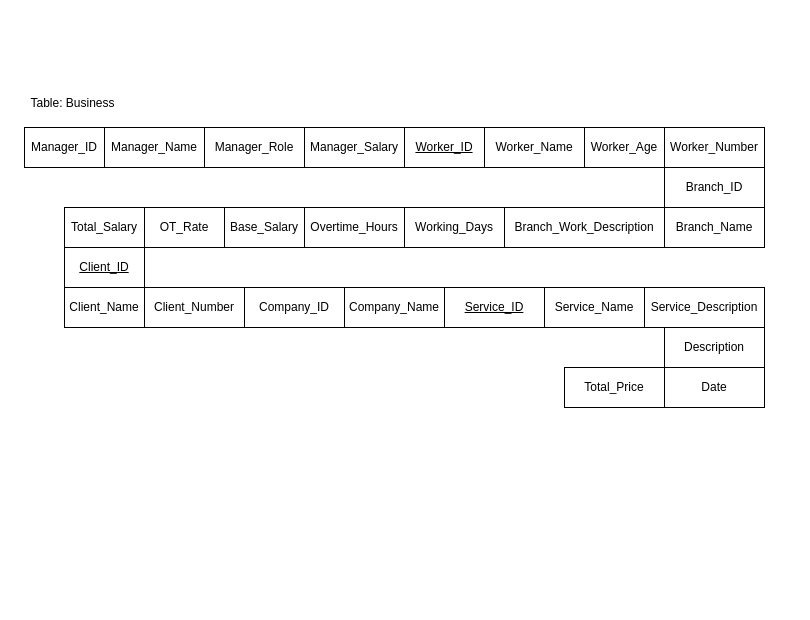
This is normalizationWIA2001assg.drawio from justn0thinghere/drawio, a draw.io file, before an edit. Source tidied: cells renumbered, new cells numbered last; positions are measured from the earlier drawing's top-left corner, leaving out a move shared by most shapes. Both pictures are drawn from the tidied source at 100%, with x=0, y=0 at pixel (17, 88).
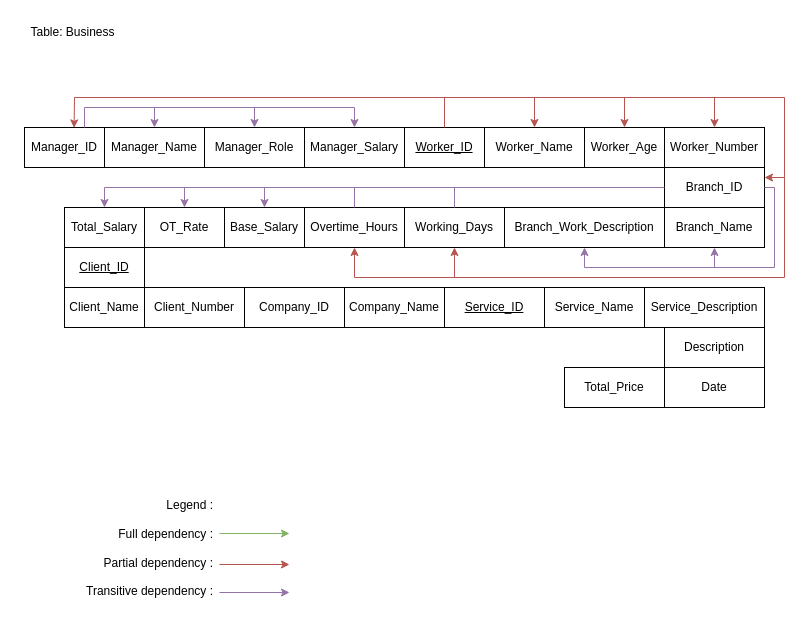
The same diagram, later.

Unchanged cells that the change refers to:
```xml
<mxCell id="2" value="Manager_ID" style="rounded=0;whiteSpace=wrap;html=1;" parent="1" vertex="1">
  <mxGeometry x="7" y="39" width="80" height="40" as="geometry" />
</mxCell>
<mxCell id="3" value="Manager_Name" style="rounded=0;whiteSpace=wrap;html=1;" parent="1" vertex="1">
  <mxGeometry x="87" y="39" width="100" height="40" as="geometry" />
</mxCell>
<mxCell id="4" value="Manager_Role" style="rounded=0;whiteSpace=wrap;html=1;" parent="1" vertex="1">
  <mxGeometry x="187" y="39" width="100" height="40" as="geometry" />
</mxCell>
<mxCell id="5" value="Manager_Salary" style="rounded=0;whiteSpace=wrap;html=1;" parent="1" vertex="1">
  <mxGeometry x="287" y="39" width="100" height="40" as="geometry" />
</mxCell>
<mxCell id="6" value="&lt;u&gt;Worker_ID&lt;/u&gt;" style="rounded=0;whiteSpace=wrap;html=1;" parent="1" vertex="1">
  <mxGeometry x="387" y="39" width="80" height="40" as="geometry" />
</mxCell>
<mxCell id="7" value="Worker_Name" style="rounded=0;whiteSpace=wrap;html=1;" parent="1" vertex="1">
  <mxGeometry x="467" y="39" width="100" height="40" as="geometry" />
</mxCell>
<mxCell id="8" value="Worker_Age" style="rounded=0;whiteSpace=wrap;html=1;" parent="1" vertex="1">
  <mxGeometry x="567" y="39" width="80" height="40" as="geometry" />
</mxCell>
<mxCell id="9" value="Worker_Number" style="rounded=0;whiteSpace=wrap;html=1;" parent="1" vertex="1">
  <mxGeometry x="647" y="39" width="100" height="40" as="geometry" />
</mxCell>
<mxCell id="11" value="Branch_ID" style="rounded=0;whiteSpace=wrap;html=1;" parent="1" vertex="1">
  <mxGeometry x="647" y="79" width="100" height="40" as="geometry" />
</mxCell>
<mxCell id="12" value="Branch_Name" style="rounded=0;whiteSpace=wrap;html=1;" parent="1" vertex="1">
  <mxGeometry x="647" y="119" width="100" height="40" as="geometry" />
</mxCell>
<mxCell id="13" value="Branch_Work_Description" style="rounded=0;whiteSpace=wrap;html=1;" parent="1" vertex="1">
  <mxGeometry x="487" y="119" width="160" height="40" as="geometry" />
</mxCell>
<mxCell id="14" value="Working_Days" style="rounded=0;whiteSpace=wrap;html=1;" parent="1" vertex="1">
  <mxGeometry x="387" y="119" width="100" height="40" as="geometry" />
</mxCell>
<mxCell id="15" value="Overtime_Hours" style="rounded=0;whiteSpace=wrap;html=1;" parent="1" vertex="1">
  <mxGeometry x="287" y="119" width="100" height="40" as="geometry" />
</mxCell>
<mxCell id="16" value="Base_Salary" style="rounded=0;whiteSpace=wrap;html=1;" parent="1" vertex="1">
  <mxGeometry x="207" y="119" width="80" height="40" as="geometry" />
</mxCell>
<mxCell id="17" value="OT_Rate" style="rounded=0;whiteSpace=wrap;html=1;" parent="1" vertex="1">
  <mxGeometry x="127" y="119" width="80" height="40" as="geometry" />
</mxCell>
<mxCell id="18" value="Total_Salary" style="rounded=0;whiteSpace=wrap;html=1;" parent="1" vertex="1">
  <mxGeometry x="47" y="119" width="80" height="40" as="geometry" />
</mxCell>
```

The edit, as a diff of the source:
```diff
@@
     <mxCell id="10" value="Table: Business" style="text;html=1;align=center;verticalAlign=middle;strokeColor=none;fillColor=none;" parent="1" vertex="1">
-      <mxGeometry width="110" height="30" as="geometry" />
+      <mxGeometry y="-71" width="110" height="30" as="geometry" />
     </mxCell>
@@
+    <mxCell id="30" value="Legend :&lt;div&gt;&lt;br&gt;&lt;div&gt;Full dependency :&lt;/div&gt;&lt;div&gt;&lt;br&gt;&lt;/div&gt;&lt;div&gt;Partial dependency :&lt;/div&gt;&lt;div&gt;&lt;br&gt;&lt;/div&gt;&lt;div&gt;Transitive dependency :&lt;/div&gt;&lt;/div&gt;" style="text;html=1;align=right;verticalAlign=middle;strokeColor=none;fillColor=none;" parent="1" vertex="1">
+      <mxGeometry x="47" y="405" width="150" height="110" as="geometry" />
+    </mxCell>
+    <mxCell id="31" style="endArrow=classic;html=1;rounded=0;fillColor=#d5e8d4;strokeColor=#82b366;" parent="1" edge="1">
+      <mxGeometry relative="1" as="geometry">
+        <mxPoint x="202" y="445" as="sourcePoint" />
+        <mxPoint x="272" y="445" as="targetPoint" />
+      </mxGeometry>
+    </mxCell>
+    <mxCell id="32" style="endArrow=classic;html=1;rounded=0;fillColor=#f8cecc;strokeColor=#b85450;" parent="1" edge="1">
+      <mxGeometry relative="1" as="geometry">
+        <mxPoint x="202" y="476" as="sourcePoint" />
+        <mxPoint x="272" y="476" as="targetPoint" />
+      </mxGeometry>
+    </mxCell>
+    <mxCell id="33" style="endArrow=classic;html=1;rounded=0;fillColor=#e1d5e7;strokeColor=#9673a6;" parent="1" edge="1">
+      <mxGeometry relative="1" as="geometry">
+        <mxPoint x="202" y="504" as="sourcePoint" />
+        <mxPoint x="272" y="504" as="targetPoint" />
+      </mxGeometry>
+    </mxCell>
+    <mxCell id="34" style="endArrow=none;html=1;rounded=0;fillColor=#e1d5e7;strokeColor=#9673a6;" parent="1" edge="1">
+      <mxGeometry relative="1" as="geometry">
+        <mxPoint x="67" y="19" as="sourcePoint" />
+        <mxPoint x="337" y="19" as="targetPoint" />
+      </mxGeometry>
+    </mxCell>
+    <mxCell id="35" style="endArrow=none;html=1;rounded=0;fillColor=#e1d5e7;strokeColor=#9673a6;exitX=0.75;exitY=0;exitDx=0;exitDy=0;" parent="1" edge="1" source="2">
+      <mxGeometry relative="1" as="geometry">
+        <mxPoint x="67" y="19" as="targetPoint" />
+      </mxGeometry>
+    </mxCell>
+    <mxCell id="36" style="endArrow=classic;html=1;rounded=0;entryX=0.5;entryY=0;entryDx=0;entryDy=0;fillColor=#e1d5e7;strokeColor=#9673a6;" parent="1" edge="1" target="3">
+      <mxGeometry relative="1" as="geometry">
+        <mxPoint x="137" y="19" as="sourcePoint" />
+      </mxGeometry>
+    </mxCell>
+    <mxCell id="37" style="endArrow=classic;html=1;rounded=0;entryX=0.5;entryY=0;entryDx=0;entryDy=0;fillColor=#e1d5e7;strokeColor=#9673a6;" parent="1" edge="1" target="4">
+      <mxGeometry relative="1" as="geometry">
+        <mxPoint x="237" y="19" as="sourcePoint" />
+      </mxGeometry>
+    </mxCell>
+    <mxCell id="38" style="endArrow=classic;html=1;rounded=0;entryX=0.5;entryY=0;entryDx=0;entryDy=0;fillColor=#e1d5e7;strokeColor=#9673a6;" parent="1" edge="1" target="5">
+      <mxGeometry relative="1" as="geometry">
+        <mxPoint x="337" y="19" as="sourcePoint" />
+      </mxGeometry>
+    </mxCell>
+    <mxCell id="39" style="endArrow=none;html=1;rounded=0;fillColor=#f8cecc;strokeColor=#b85450;" parent="1" edge="1">
+      <mxGeometry relative="1" as="geometry">
+        <mxPoint x="57" y="9" as="sourcePoint" />
+        <mxPoint x="767" y="9" as="targetPoint" />
+      </mxGeometry>
+    </mxCell>
+    <mxCell id="40" style="endArrow=classic;html=1;rounded=0;entryX=0.62;entryY=0.01;entryDx=0;entryDy=0;entryPerimeter=0;fillColor=#f8cecc;strokeColor=#b85450;" parent="1" edge="1" target="2">
+      <mxGeometry relative="1" as="geometry">
+        <mxPoint x="57" y="9" as="sourcePoint" />
+      </mxGeometry>
+    </mxCell>
+    <mxCell id="41" style="endArrow=none;html=1;rounded=0;exitX=0.5;exitY=0;exitDx=0;exitDy=0;fillColor=#f8cecc;strokeColor=#b85450;" parent="1" edge="1" source="6">
+      <mxGeometry relative="1" as="geometry">
+        <mxPoint x="427" y="9" as="targetPoint" />
+      </mxGeometry>
+    </mxCell>
+    <mxCell id="42" style="endArrow=classic;html=1;rounded=0;entryX=0.5;entryY=0;entryDx=0;entryDy=0;fillColor=#f8cecc;strokeColor=#b85450;" parent="1" edge="1" target="7">
+      <mxGeometry relative="1" as="geometry">
+        <mxPoint x="517" y="9" as="sourcePoint" />
+      </mxGeometry>
+    </mxCell>
+    <mxCell id="43" style="endArrow=classic;html=1;rounded=0;entryX=0.5;entryY=0;entryDx=0;entryDy=0;fillColor=#f8cecc;strokeColor=#b85450;" parent="1" edge="1" target="8">
+      <mxGeometry relative="1" as="geometry">
+        <mxPoint x="607" y="9" as="sourcePoint" />
+      </mxGeometry>
+    </mxCell>
+    <mxCell id="44" style="endArrow=classic;html=1;rounded=0;fillColor=#f8cecc;strokeColor=#b85450;" parent="1" edge="1" target="9">
+      <mxGeometry relative="1" as="geometry">
+        <mxPoint x="697" y="9" as="sourcePoint" />
+      </mxGeometry>
+    </mxCell>
+    <mxCell id="45" style="endArrow=classic;html=1;rounded=0;fillColor=#f8cecc;strokeColor=#b85450;edgeStyle=orthogonalEdgeStyle;entryX=1;entryY=0.25;entryDx=0;entryDy=0;" parent="1" edge="1" target="11">
+      <mxGeometry relative="1" as="geometry">
+        <mxPoint x="767" y="9" as="sourcePoint" />
+        <Array as="points">
+          <mxPoint x="767" y="89" />
+        </Array>
+      </mxGeometry>
+    </mxCell>
+    <mxCell id="46" style="endArrow=classic;html=1;rounded=0;entryX=0.5;entryY=1;entryDx=0;entryDy=0;fillColor=#e1d5e7;strokeColor=#9673a6;exitX=1;exitY=0.5;exitDx=0;exitDy=0;edgeStyle=orthogonalEdgeStyle;" parent="1" edge="1" source="11" target="13">
+      <mxGeometry relative="1" as="geometry">
+        <Array as="points">
+          <mxPoint x="757" y="99" />
+          <mxPoint x="757" y="179" />
+          <mxPoint x="567" y="179" />
+        </Array>
+      </mxGeometry>
+    </mxCell>
+    <mxCell id="47" style="endArrow=classic;html=1;rounded=0;entryX=0.5;entryY=1;entryDx=0;entryDy=0;fillColor=#e1d5e7;strokeColor=#9673a6;" parent="1" edge="1" target="12">
+      <mxGeometry relative="1" as="geometry">
+        <mxPoint x="697" y="179" as="sourcePoint" />
+      </mxGeometry>
+    </mxCell>
+    <mxCell id="48" style="endArrow=classic;html=1;rounded=0;fillColor=#f8cecc;strokeColor=#b85450;edgeStyle=orthogonalEdgeStyle;entryX=0.5;entryY=1;entryDx=0;entryDy=0;" parent="1" edge="1" target="15">
+      <mxGeometry relative="1" as="geometry">
+        <mxPoint x="767" y="89" as="sourcePoint" />
+        <Array as="points">
+          <mxPoint x="767" y="189" />
+          <mxPoint x="337" y="189" />
+        </Array>
+      </mxGeometry>
+    </mxCell>
+    <mxCell id="49" style="endArrow=classic;html=1;rounded=0;entryX=0.5;entryY=1;entryDx=0;entryDy=0;fillColor=#f8cecc;strokeColor=#b85450;" parent="1" edge="1" target="14">
+      <mxGeometry relative="1" as="geometry">
+        <mxPoint x="437" y="189" as="sourcePoint" />
+      </mxGeometry>
+    </mxCell>
+    <mxCell id="50" style="endArrow=classic;html=1;rounded=0;entryX=0.5;entryY=0;entryDx=0;entryDy=0;fillColor=#e1d5e7;strokeColor=#9673a6;exitX=0;exitY=0.5;exitDx=0;exitDy=0;edgeStyle=orthogonalEdgeStyle;" parent="1" edge="1" source="11" target="18">
+      <mxGeometry relative="1" as="geometry">
+        <Array as="points">
+          <mxPoint x="87" y="99" />
+        </Array>
+      </mxGeometry>
+    </mxCell>
+    <mxCell id="51" style="endArrow=none;html=1;rounded=0;fillColor=#e1d5e7;strokeColor=#9673a6;" parent="1" edge="1" source="15">
+      <mxGeometry relative="1" as="geometry">
+        <mxPoint x="337" y="99" as="targetPoint" />
+      </mxGeometry>
+    </mxCell>
+    <mxCell id="52" style="endArrow=none;html=1;rounded=0;fillColor=#e1d5e7;strokeColor=#9673a6;exitX=0.5;exitY=0;exitDx=0;exitDy=0;" parent="1" edge="1" source="14">
+      <mxGeometry relative="1" as="geometry">
+        <mxPoint x="437" y="99" as="targetPoint" />
+      </mxGeometry>
+    </mxCell>
+    <mxCell id="53" style="endArrow=classic;html=1;rounded=0;entryX=0.5;entryY=0;entryDx=0;entryDy=0;fillColor=#e1d5e7;strokeColor=#9673a6;" parent="1" edge="1" target="17">
+      <mxGeometry relative="1" as="geometry">
+        <mxPoint x="167" y="99" as="sourcePoint" />
+      </mxGeometry>
+    </mxCell>
+    <mxCell id="54" style="endArrow=classic;html=1;rounded=0;entryX=0.5;entryY=0;entryDx=0;entryDy=0;fillColor=#e1d5e7;strokeColor=#9673a6;" parent="1" edge="1" target="16">
+      <mxGeometry relative="1" as="geometry">
+        <mxPoint x="247" y="99" as="sourcePoint" />
+      </mxGeometry>
+    </mxCell>
```
